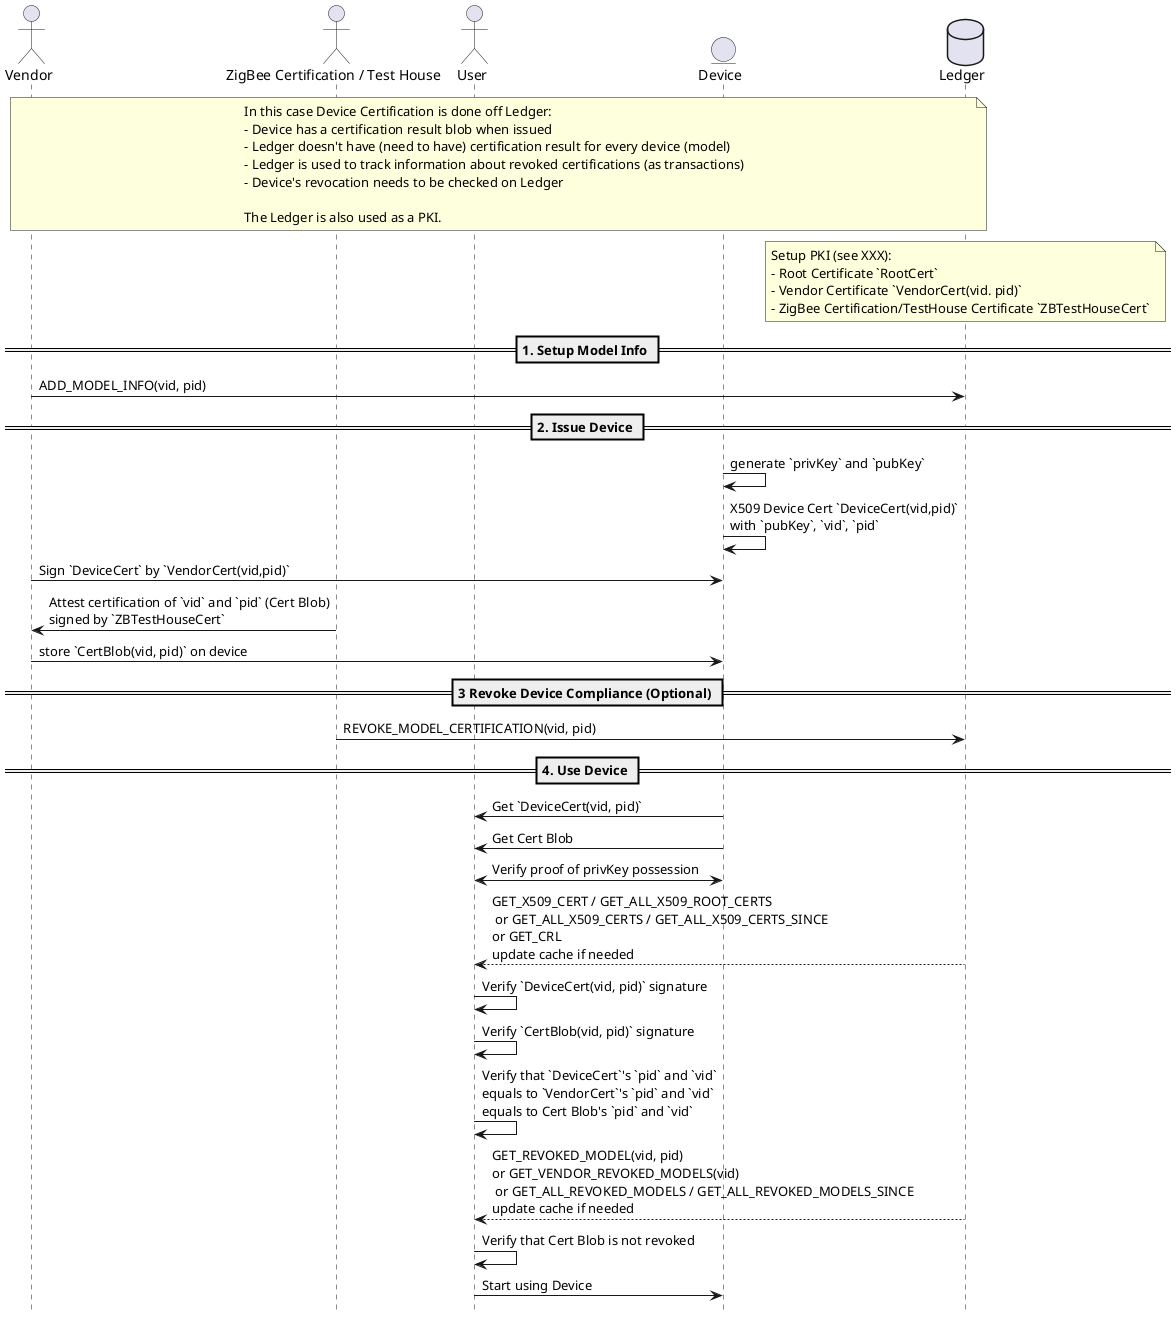
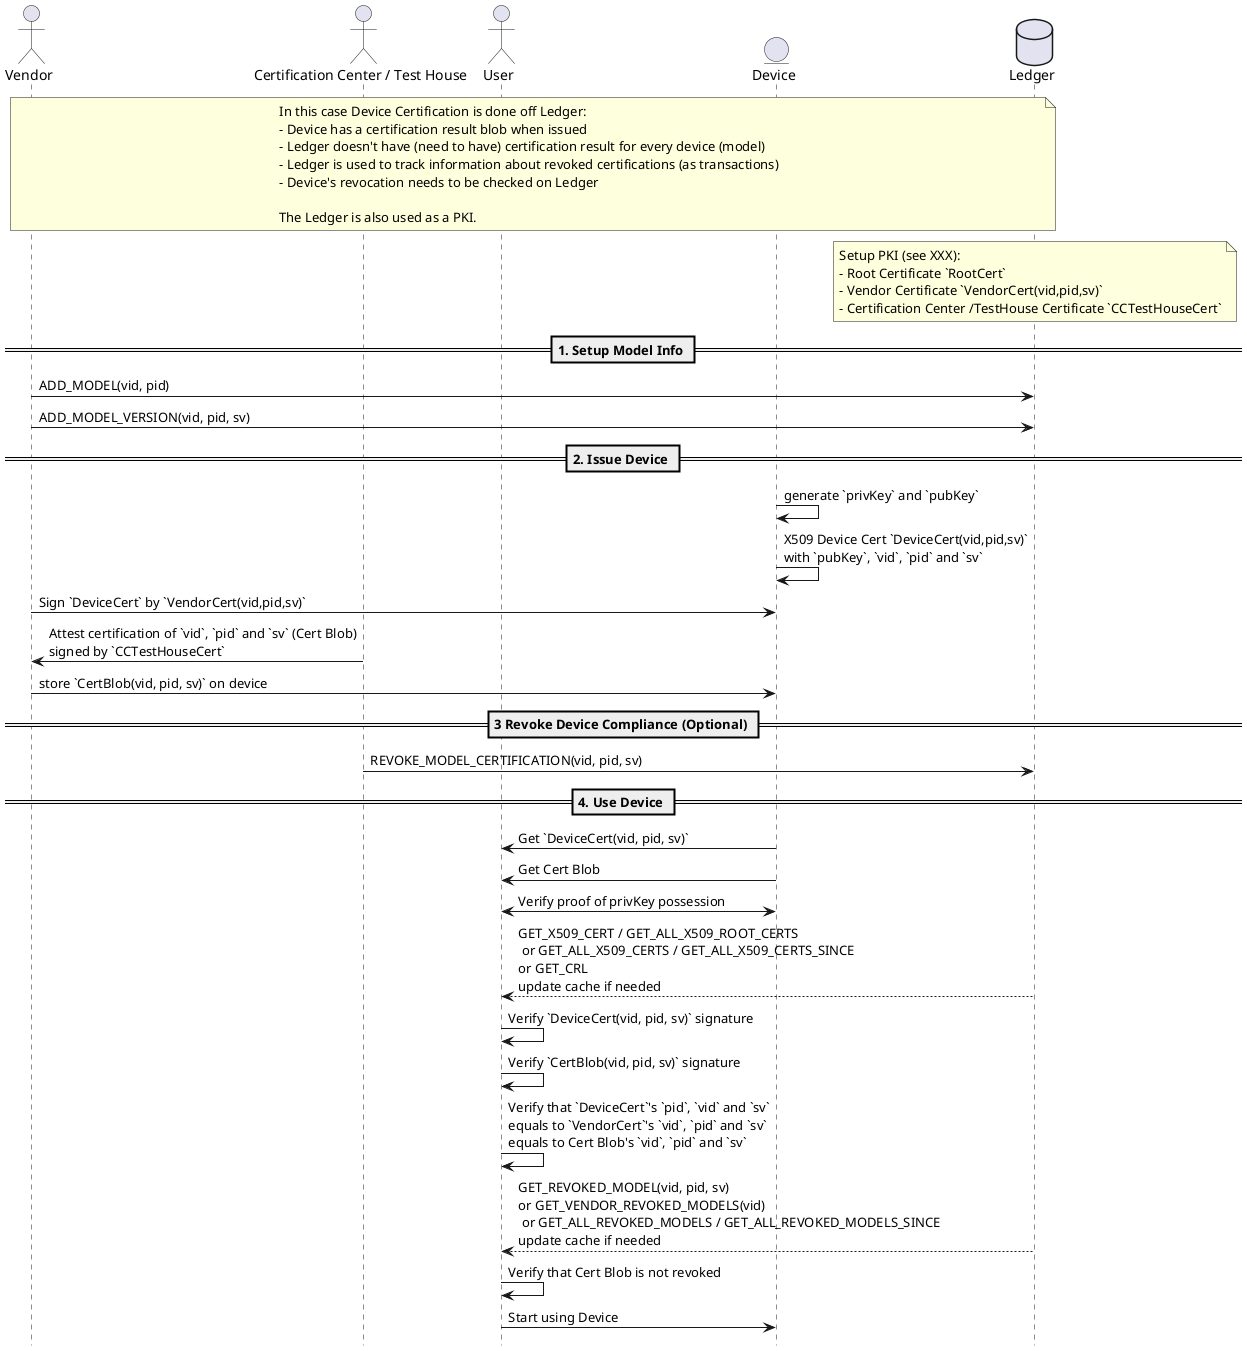
@startuml
!pragma teoz true
hide footbox

actor Vendor as V
- actor "ZigBee Certification / Test House" as ZB
+ actor "Certification Center / Test House" as CC
actor User as U
entity Device as D
database Ledger as L

note over V, L
In this case Device Certification is done off Ledger:
- Device has a certification result blob when issued
- Ledger doesn't have (need to have) certification result for every device (model)
- Ledger is used to track information about revoked certifications (as transactions)
- Device's revocation needs to be checked on Ledger

The Ledger is also used as a PKI.
end note

note over L
Setup PKI (see XXX):
- Root Certificate `RootCert`
- - Vendor Certificate `VendorCert(vid. pid)`
- - ZigBee Certification/TestHouse Certificate `ZBTestHouseCert`
+ - Vendor Certificate `VendorCert(vid,pid,sv)`
+ - Certification Center /TestHouse Certificate `CCTestHouseCert`
end note

== 1. Setup Model Info ==
- V -> L: ADD_MODEL_INFO(vid, pid)
+ V -> L: ADD_MODEL(vid, pid)
+ V -> L: ADD_MODEL_VERSION(vid, pid, sv)

== 2. Issue Device ==
D -> D: generate `privKey` and `pubKey`
- D -> D: X509 Device Cert `DeviceCert(vid,pid)`\nwith `pubKey`, `vid`, `pid`
- V -> D: Sign `DeviceCert` by `VendorCert(vid,pid)`
- ZB -> V: Attest certification of `vid` and `pid` (Cert Blob)\nsigned by `ZBTestHouseCert`
- V -> D: store `CertBlob(vid, pid)` on device
+ D -> D: X509 Device Cert `DeviceCert(vid,pid,sv)`\nwith `pubKey`, `vid`, `pid` and `sv`
+ V -> D: Sign `DeviceCert` by `VendorCert(vid,pid,sv)`
+ CC -> V: Attest certification of `vid`, `pid` and `sv` (Cert Blob)\nsigned by `CCTestHouseCert`
+ V -> D: store `CertBlob(vid, pid, sv)` on device

== 3 Revoke Device Compliance (Optional) ==
- ZB -> L: REVOKE_MODEL_CERTIFICATION(vid, pid)
+ CC -> L: REVOKE_MODEL_CERTIFICATION(vid, pid, sv)

== 4. Use Device ==
- U <- D: Get `DeviceCert(vid, pid)`
+ U <- D: Get `DeviceCert(vid, pid, sv)`
U <- D: Get Cert Blob
U <-> D: Verify proof of privKey possession
U <-- L: GET_X509_CERT / GET_ALL_X509_ROOT_CERTS\n or GET_ALL_X509_CERTS / GET_ALL_X509_CERTS_SINCE\nor GET_CRL\nupdate cache if needed
- U -> U: Verify `DeviceCert(vid, pid)` signature
- U -> U: Verify `CertBlob(vid, pid)` signature
- U -> U: Verify that `DeviceCert`'s `pid` and `vid`\nequals to `VendorCert`'s `pid` and `vid`\nequals to Cert Blob's `pid` and `vid`
- U <-- L: GET_REVOKED_MODEL(vid, pid)\nor GET_VENDOR_REVOKED_MODELS(vid)\n or GET_ALL_REVOKED_MODELS / GET_ALL_REVOKED_MODELS_SINCE\nupdate cache if needed
+ U -> U: Verify `DeviceCert(vid, pid, sv)` signature
+ U -> U: Verify `CertBlob(vid, pid, sv)` signature
+ U -> U: Verify that `DeviceCert`'s `pid`, `vid` and `sv`\nequals to `VendorCert`'s `vid`, `pid` and `sv`\nequals to Cert Blob's `vid`, `pid` and `sv`
+ U <-- L: GET_REVOKED_MODEL(vid, pid, sv)\nor GET_VENDOR_REVOKED_MODELS(vid)\n or GET_ALL_REVOKED_MODELS / GET_ALL_REVOKED_MODELS_SINCE\nupdate cache if needed
U -> U: Verify that Cert Blob is not revoked
U -> D: Start using Device
- 
- 
- 
@enduml